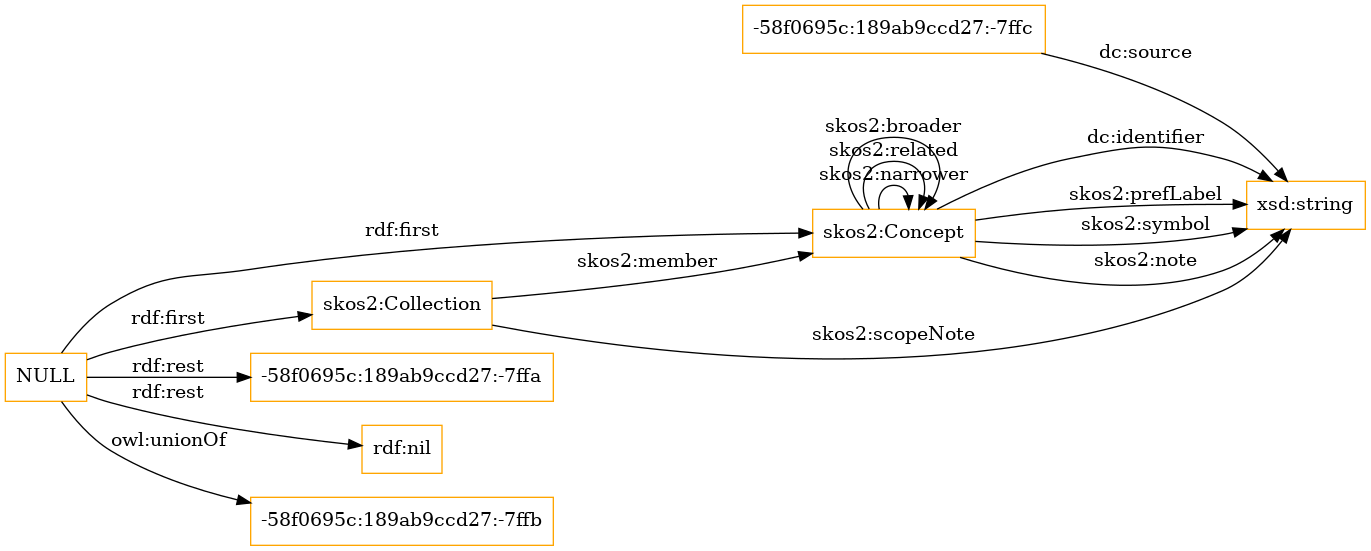
sergio10mwws/ontologias-demo keeps this Graphviz diagram as OnToology/ontologies/gftaxonomy.owl/diagrams/ar2dtool-class/gftaxonomy.owl.png. Above is the earlier version. Its source is kept beside it as OnToology/ontologies/gftaxonomy.owl/diagrams/ar2dtool-class/gftaxonomy.owl.png.dot.
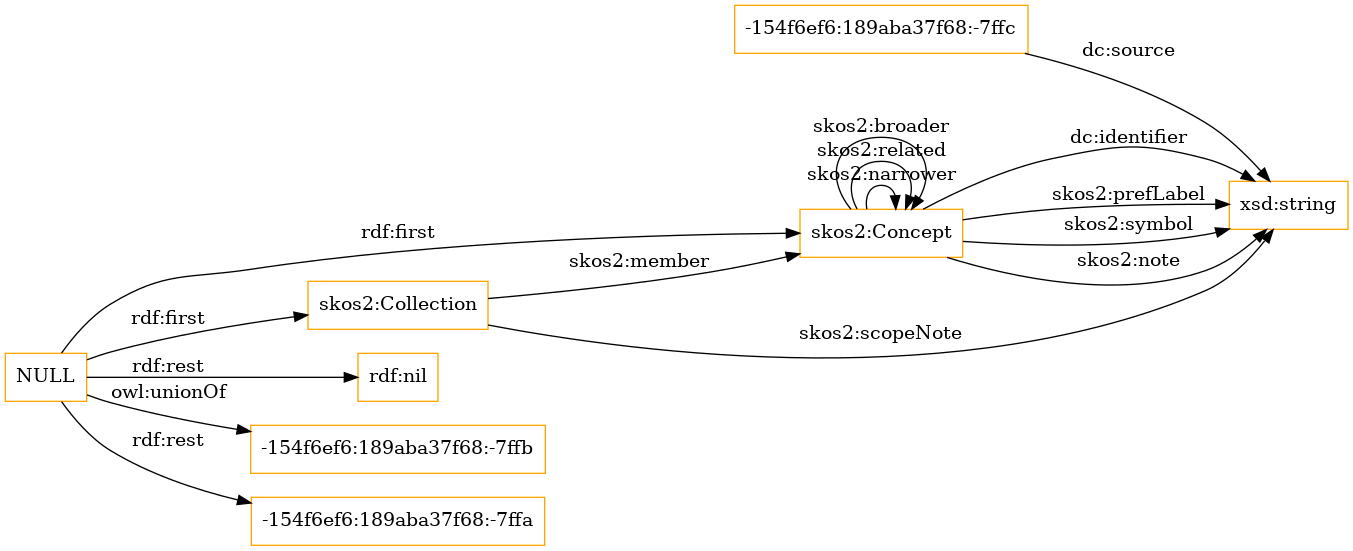
The same diagram one commit later.

The edit, as a diff of the source:
```diff
@@ -1,12 +1,12 @@
 digraph ar2dtool_diagram {
 rankdir=LR;
 size="1501"
-node [shape = rectangle, color="orange"]; "-58f0695c:189ab9ccd27:-7ffc" "skos2:Concept" "skos2:Collection" ; /*classes style*/
-	"NULL" -> "-58f0695c:189ab9ccd27:-7ffa" [ label = "rdf:rest" ];
-	"NULL" -> "skos2:Collection" [ label = "rdf:first" ];
+node [shape = rectangle, color="orange"]; "-154f6ef6:189aba37f68:-7ffc" "skos2:Concept" "skos2:Collection" ; /*classes style*/
 	"NULL" -> "rdf:nil" [ label = "rdf:rest" ];
 	"NULL" -> "skos2:Concept" [ label = "rdf:first" ];
-	"NULL" -> "-58f0695c:189ab9ccd27:-7ffb" [ label = "owl:unionOf" ];
+	"NULL" -> "-154f6ef6:189aba37f68:-7ffb" [ label = "owl:unionOf" ];
+	"NULL" -> "-154f6ef6:189aba37f68:-7ffa" [ label = "rdf:rest" ];
+	"NULL" -> "skos2:Collection" [ label = "rdf:first" ];
 	"skos2:Concept" -> "xsd:string" [ label = "dc:identifier" ];
 	"skos2:Concept" -> "xsd:string" [ label = "skos2:prefLabel" ];
 	"skos2:Concept" -> "skos2:Concept" [ label = "skos2:narrower" ];
@@ -16,6 +16,6 @@
 	"skos2:Collection" -> "skos2:Concept" [ label = "skos2:member" ];
 	"skos2:Collection" -> "xsd:string" [ label = "skos2:scopeNote" ];
 	"skos2:Concept" -> "skos2:Concept" [ label = "skos2:broader" ];
-	"-58f0695c:189ab9ccd27:-7ffc" -> "xsd:string" [ label = "dc:source" ];
+	"-154f6ef6:189aba37f68:-7ffc" -> "xsd:string" [ label = "dc:source" ];
 
 }
```
